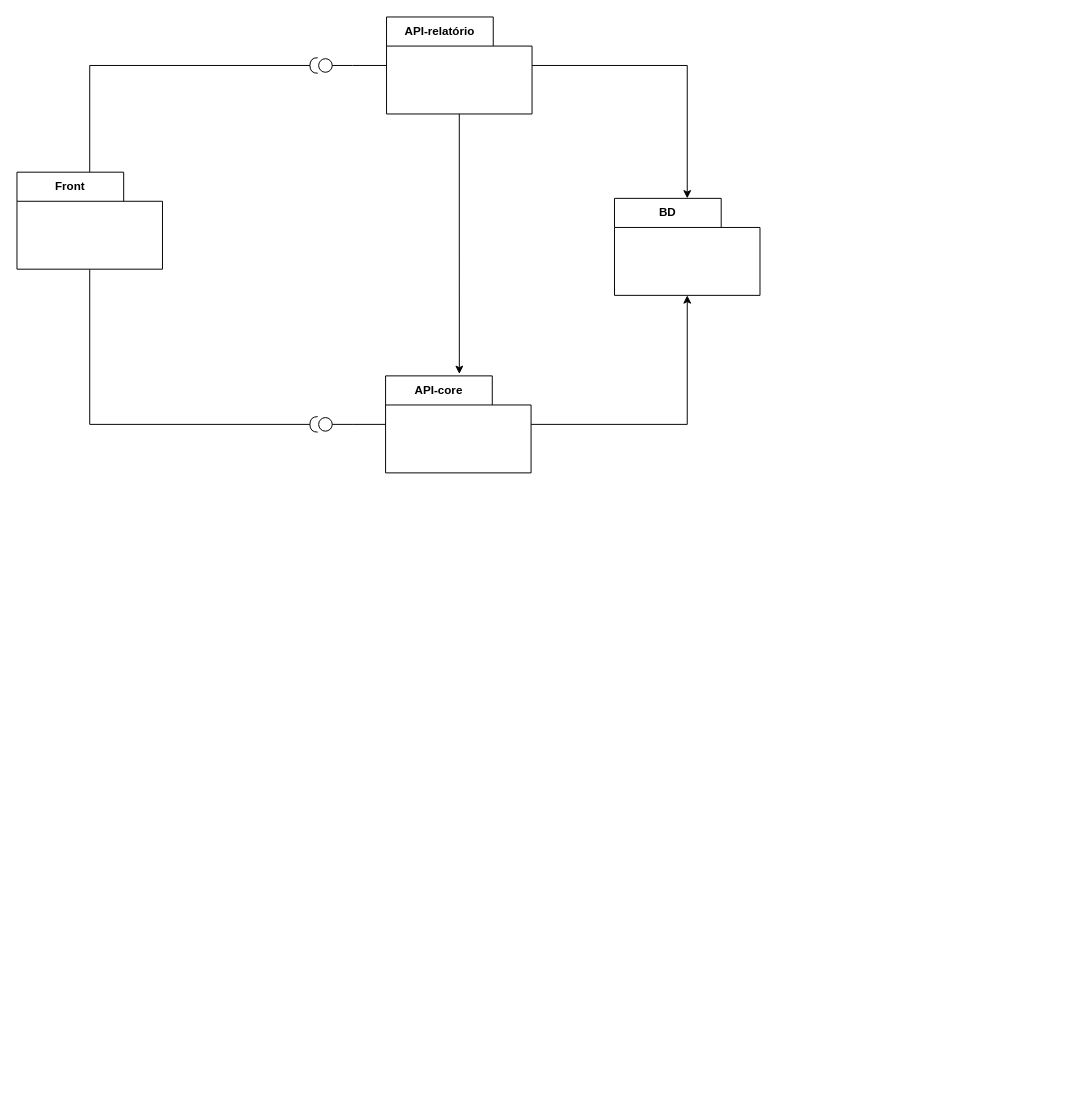
Above: Diagrama sem nome.drawio in jerffesongd/ponto-eletronico (draw.io), before the change. Source tidied: cells renumbered, new cells numbered last; positions are measured from the earlier drawing's top-left corner, leaving out a move shared by most shapes. Both pictures are drawn from the tidied source at 97%, with x=0, y=0 at pixel (16, 16).
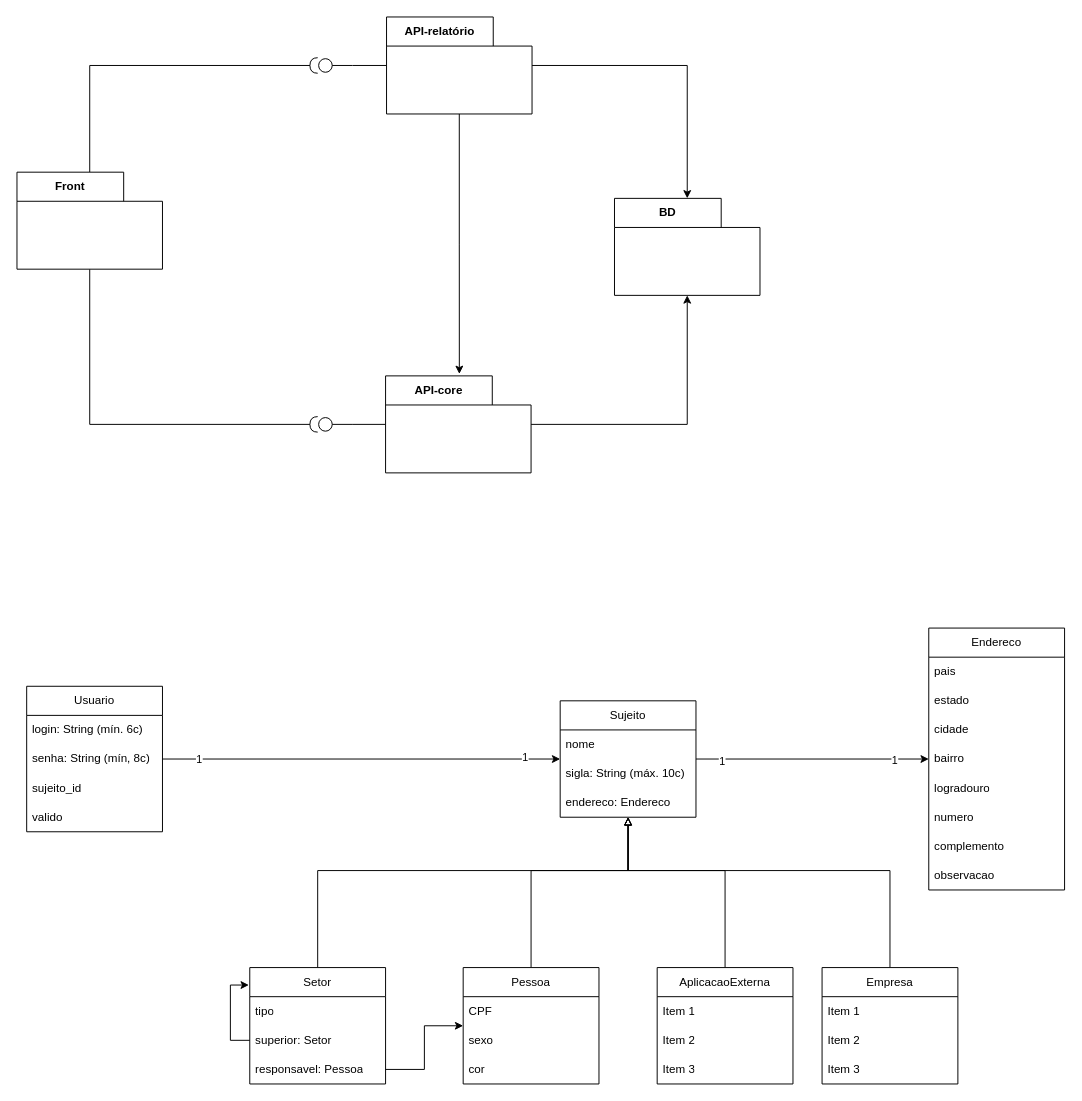
The same diagram, later.

Change to the diagram source:
```diff
@@
+    <mxCell id="17" style="edgeStyle=orthogonalEdgeStyle;rounded=0;jettySize=auto;html=1;endArrow=block;endFill=0;exitX=0.5;exitY=0;exitDx=0;exitDy=0;" parent="1" edge="1" source="18" target="37">
+      <mxGeometry relative="1" as="geometry">
+        <Array as="points">
+          <mxPoint x="530" y="880" />
+          <mxPoint x="630" y="880" />
+        </Array>
+      </mxGeometry>
+    </mxCell>
+    <mxCell id="18" value="Pessoa" style="swimlane;fontStyle=0;horizontal=1;startSize=30;whiteSpace=wrap;html=1;" parent="1" vertex="1">
+      <mxGeometry x="460" y="980" width="140" height="120" as="geometry" />
+    </mxCell>
+    <mxCell id="19" value="CPF" style="text;strokeColor=none;fillColor=none;align=left;verticalAlign=middle;spacingLeft=4;spacingRight=4;overflow=hidden;whiteSpace=wrap;html=1;" parent="18" vertex="1">
+      <mxGeometry y="30" width="140" height="30" as="geometry" />
+    </mxCell>
+    <mxCell id="20" value="sexo" style="text;strokeColor=none;fillColor=none;align=left;verticalAlign=middle;spacingLeft=4;spacingRight=4;overflow=hidden;whiteSpace=wrap;html=1;" parent="18" vertex="1">
+      <mxGeometry y="60" width="140" height="30" as="geometry" />
+    </mxCell>
+    <mxCell id="21" value="cor" style="text;strokeColor=none;fillColor=none;align=left;verticalAlign=middle;spacingLeft=4;spacingRight=4;overflow=hidden;whiteSpace=wrap;html=1;" parent="18" vertex="1">
+      <mxGeometry y="90" width="140" height="30" as="geometry" />
+    </mxCell>
+    <mxCell id="22" style="edgeStyle=orthogonalEdgeStyle;rounded=0;jettySize=auto;html=1;endArrow=block;endFill=0;exitX=0.5;exitY=0;exitDx=0;exitDy=0;" parent="1" edge="1" source="24" target="37">
+      <mxGeometry relative="1" as="geometry">
+        <Array as="points">
+          <mxPoint x="310" y="880" />
+          <mxPoint x="630" y="880" />
+        </Array>
+      </mxGeometry>
+    </mxCell>
+    <mxCell id="23" style="edgeStyle=orthogonalEdgeStyle;rounded=0;jettySize=auto;html=1;" parent="1" edge="1" source="28" target="18">
+      <mxGeometry relative="1" as="geometry" />
+    </mxCell>
+    <mxCell id="24" value="Setor" style="swimlane;fontStyle=0;horizontal=1;startSize=30;whiteSpace=wrap;html=1;" parent="1" vertex="1">
+      <mxGeometry x="240" y="980" width="140" height="120" as="geometry" />
+    </mxCell>
+    <mxCell id="25" value="tipo" style="text;strokeColor=none;fillColor=none;align=left;verticalAlign=middle;spacingLeft=4;spacingRight=4;overflow=hidden;whiteSpace=wrap;html=1;" parent="24" vertex="1">
+      <mxGeometry y="30" width="140" height="30" as="geometry" />
+    </mxCell>
+    <mxCell id="26" style="edgeStyle=orthogonalEdgeStyle;rounded=0;jettySize=auto;html=1;entryX=-0.007;entryY=0.15;entryDx=0;entryDy=0;entryPerimeter=0;" parent="24" edge="1" source="27" target="24">
+      <mxGeometry relative="1" as="geometry" />
+    </mxCell>
+    <mxCell id="27" value="superior: Setor" style="text;strokeColor=none;fillColor=none;align=left;verticalAlign=middle;spacingLeft=4;spacingRight=4;overflow=hidden;points=[[0,0.5],[1,0.5]];portConstraint=eastwest;whiteSpace=wrap;html=1;" parent="24" vertex="1">
+      <mxGeometry y="60" width="140" height="30" as="geometry" />
+    </mxCell>
+    <mxCell id="28" value="responsavel: Pessoa" style="text;strokeColor=none;fillColor=none;align=left;verticalAlign=middle;spacingLeft=4;spacingRight=4;overflow=hidden;points=[[0,0.5],[1,0.5]];portConstraint=eastwest;whiteSpace=wrap;html=1;" parent="24" vertex="1">
+      <mxGeometry y="90" width="140" height="30" as="geometry" />
+    </mxCell>
+    <mxCell id="29" style="edgeStyle=orthogonalEdgeStyle;rounded=0;jettySize=auto;html=1;endArrow=block;endFill=0;exitX=0.5;exitY=0;exitDx=0;exitDy=0;" parent="1" edge="1" source="30" target="37">
+      <mxGeometry relative="1" as="geometry">
+        <Array as="points">
+          <mxPoint x="730" y="880" />
+          <mxPoint x="630" y="880" />
+        </Array>
+      </mxGeometry>
+    </mxCell>
+    <mxCell id="30" value="Aplicacao&lt;span style=&quot;background-color: initial;&quot;&gt;Externa&lt;/span&gt;" style="swimlane;fontStyle=0;horizontal=1;startSize=30;whiteSpace=wrap;html=1;" parent="1" vertex="1">
+      <mxGeometry x="660" y="980" width="140" height="120" as="geometry" />
+    </mxCell>
+    <mxCell id="31" value="Item 1" style="text;strokeColor=none;fillColor=none;align=left;verticalAlign=middle;spacingLeft=4;spacingRight=4;overflow=hidden;whiteSpace=wrap;html=1;" parent="30" vertex="1">
+      <mxGeometry y="30" width="140" height="30" as="geometry" />
+    </mxCell>
+    <mxCell id="32" value="Item 2" style="text;strokeColor=none;fillColor=none;align=left;verticalAlign=middle;spacingLeft=4;spacingRight=4;overflow=hidden;whiteSpace=wrap;html=1;" parent="30" vertex="1">
+      <mxGeometry y="60" width="140" height="30" as="geometry" />
+    </mxCell>
+    <mxCell id="33" value="Item 3" style="text;strokeColor=none;fillColor=none;align=left;verticalAlign=middle;spacingLeft=4;spacingRight=4;overflow=hidden;whiteSpace=wrap;html=1;" parent="30" vertex="1">
+      <mxGeometry y="90" width="140" height="30" as="geometry" />
+    </mxCell>
+    <mxCell id="34" style="edgeStyle=orthogonalEdgeStyle;rounded=0;jettySize=auto;html=1;" parent="1" edge="1" source="37" target="54">
+      <mxGeometry relative="1" as="geometry" />
+    </mxCell>
+    <mxCell id="35" value="1" style="edgeLabel;html=1;align=center;verticalAlign=middle;" parent="34" vertex="1">
+      <mxGeometry x="-0.78" y="-2" relative="1" as="geometry" />
+    </mxCell>
+    <mxCell id="36" value="1" style="edgeLabel;html=1;align=center;verticalAlign=middle;" parent="34" vertex="1">
+      <mxGeometry x="0.7" y="-1" relative="1" as="geometry" />
+    </mxCell>
+    <mxCell id="37" value="Sujeito" style="swimlane;fontStyle=0;horizontal=1;startSize=30;whiteSpace=wrap;html=1;" parent="1" vertex="1">
+      <mxGeometry x="560" y="705" width="140" height="120" as="geometry" />
+    </mxCell>
+    <mxCell id="38" value="nome" style="text;strokeColor=none;fillColor=none;align=left;verticalAlign=middle;spacingLeft=4;spacingRight=4;overflow=hidden;whiteSpace=wrap;html=1;" parent="37" vertex="1">
+      <mxGeometry y="30" width="140" height="30" as="geometry" />
+    </mxCell>
+    <mxCell id="39" value="sigla: String&amp;nbsp;(máx. 10c)" style="text;strokeColor=none;fillColor=none;align=left;verticalAlign=middle;spacingLeft=4;spacingRight=4;overflow=hidden;whiteSpace=wrap;html=1;" parent="37" vertex="1">
+      <mxGeometry y="60" width="140" height="30" as="geometry" />
+    </mxCell>
+    <mxCell id="40" value="endereco: Endereco" style="text;strokeColor=none;fillColor=none;align=left;verticalAlign=middle;spacingLeft=4;spacingRight=4;overflow=hidden;whiteSpace=wrap;html=1;" parent="37" vertex="1">
+      <mxGeometry y="90" width="140" height="30" as="geometry" />
+    </mxCell>
+    <mxCell id="41" value="Usuario" style="swimlane;fontStyle=0;horizontal=1;startSize=30;whiteSpace=wrap;html=1;" parent="1" vertex="1">
+      <mxGeometry x="10" y="690" width="140" height="150" as="geometry" />
+    </mxCell>
+    <mxCell id="42" value="login: String (mín. 6c)" style="text;strokeColor=none;fillColor=none;align=left;verticalAlign=middle;spacingLeft=4;spacingRight=4;overflow=hidden;whiteSpace=wrap;html=1;" parent="41" vertex="1">
+      <mxGeometry y="30" width="140" height="30" as="geometry" />
+    </mxCell>
+    <mxCell id="43" value="senha: String (mín, 8c)" style="text;strokeColor=none;fillColor=none;align=left;verticalAlign=middle;spacingLeft=4;spacingRight=4;overflow=hidden;points=[[0,0.5],[1,0.5]];portConstraint=eastwest;whiteSpace=wrap;html=1;" parent="41" vertex="1">
+      <mxGeometry y="60" width="140" height="30" as="geometry" />
+    </mxCell>
+    <mxCell id="44" value="sujeito_id" style="text;strokeColor=none;fillColor=none;align=left;verticalAlign=middle;spacingLeft=4;spacingRight=4;overflow=hidden;whiteSpace=wrap;html=1;" parent="41" vertex="1">
+      <mxGeometry y="90" width="140" height="30" as="geometry" />
+    </mxCell>
+    <mxCell id="45" value="valido" style="text;strokeColor=none;fillColor=none;align=left;verticalAlign=middle;spacingLeft=4;spacingRight=4;overflow=hidden;whiteSpace=wrap;html=1;" parent="41" vertex="1">
+      <mxGeometry y="120" width="140" height="30" as="geometry" />
+    </mxCell>
+    <mxCell id="46" style="edgeStyle=orthogonalEdgeStyle;rounded=0;jettySize=auto;html=1;entryX=0;entryY=0.5;entryDx=0;entryDy=0;" parent="1" edge="1" source="43" target="37">
+      <mxGeometry relative="1" as="geometry" />
+    </mxCell>
+    <mxCell id="47" value="1" style="edgeLabel;html=1;align=center;verticalAlign=middle;" parent="46" vertex="1">
+      <mxGeometry x="-0.82" relative="1" as="geometry" />
+    </mxCell>
+    <mxCell id="48" value="1" style="edgeLabel;html=1;align=center;verticalAlign=middle;" parent="46" vertex="1">
+      <mxGeometry x="0.82" y="2" relative="1" as="geometry" />
+    </mxCell>
+    <mxCell id="49" style="edgeStyle=orthogonalEdgeStyle;rounded=0;jettySize=auto;html=1;endArrow=block;endFill=0;" parent="1" edge="1" source="50" target="37">
+      <mxGeometry relative="1" as="geometry">
+        <Array as="points">
+          <mxPoint x="900" y="880" />
+          <mxPoint x="630" y="880" />
+        </Array>
+      </mxGeometry>
+    </mxCell>
+    <mxCell id="50" value="Empresa" style="swimlane;fontStyle=0;horizontal=1;startSize=30;whiteSpace=wrap;html=1;" parent="1" vertex="1">
+      <mxGeometry x="830" y="980" width="140" height="120" as="geometry" />
+    </mxCell>
+    <mxCell id="51" value="Item 1" style="text;strokeColor=none;fillColor=none;align=left;verticalAlign=middle;spacingLeft=4;spacingRight=4;overflow=hidden;whiteSpace=wrap;html=1;" parent="50" vertex="1">
+      <mxGeometry y="30" width="140" height="30" as="geometry" />
+    </mxCell>
+    <mxCell id="52" value="Item 2" style="text;strokeColor=none;fillColor=none;align=left;verticalAlign=middle;spacingLeft=4;spacingRight=4;overflow=hidden;whiteSpace=wrap;html=1;" parent="50" vertex="1">
+      <mxGeometry y="60" width="140" height="30" as="geometry" />
+    </mxCell>
+    <mxCell id="53" value="Item 3" style="text;strokeColor=none;fillColor=none;align=left;verticalAlign=middle;spacingLeft=4;spacingRight=4;overflow=hidden;whiteSpace=wrap;html=1;" parent="50" vertex="1">
+      <mxGeometry y="90" width="140" height="30" as="geometry" />
+    </mxCell>
+    <mxCell id="54" value="Endereco" style="swimlane;fontStyle=0;horizontal=1;startSize=30;whiteSpace=wrap;html=1;" parent="1" vertex="1">
+      <mxGeometry x="940" y="630" width="140" height="270" as="geometry" />
+    </mxCell>
+    <mxCell id="55" value="pais" style="text;strokeColor=none;fillColor=none;align=left;verticalAlign=middle;spacingLeft=4;spacingRight=4;overflow=hidden;whiteSpace=wrap;html=1;" parent="54" vertex="1">
+      <mxGeometry y="30" width="140" height="30" as="geometry" />
+    </mxCell>
+    <mxCell id="56" value="estado" style="text;strokeColor=none;fillColor=none;align=left;verticalAlign=middle;spacingLeft=4;spacingRight=4;overflow=hidden;whiteSpace=wrap;html=1;" parent="54" vertex="1">
+      <mxGeometry y="60" width="140" height="30" as="geometry" />
+    </mxCell>
+    <mxCell id="57" value="cidade" style="text;strokeColor=none;fillColor=none;align=left;verticalAlign=middle;spacingLeft=4;spacingRight=4;overflow=hidden;whiteSpace=wrap;html=1;" parent="54" vertex="1">
+      <mxGeometry y="90" width="140" height="30" as="geometry" />
+    </mxCell>
+    <mxCell id="58" value="bairro" style="text;strokeColor=none;fillColor=none;align=left;verticalAlign=middle;spacingLeft=4;spacingRight=4;overflow=hidden;whiteSpace=wrap;html=1;" parent="54" vertex="1">
+      <mxGeometry y="120" width="140" height="30" as="geometry" />
+    </mxCell>
+    <mxCell id="59" value="logradouro" style="text;strokeColor=none;fillColor=none;align=left;verticalAlign=middle;spacingLeft=4;spacingRight=4;overflow=hidden;whiteSpace=wrap;html=1;" parent="54" vertex="1">
+      <mxGeometry y="150" width="140" height="30" as="geometry" />
+    </mxCell>
+    <mxCell id="60" value="numero" style="text;strokeColor=none;fillColor=none;align=left;verticalAlign=middle;spacingLeft=4;spacingRight=4;overflow=hidden;whiteSpace=wrap;html=1;" parent="54" vertex="1">
+      <mxGeometry y="180" width="140" height="30" as="geometry" />
+    </mxCell>
+    <mxCell id="61" value="complemento" style="text;strokeColor=none;fillColor=none;align=left;verticalAlign=middle;spacingLeft=4;spacingRight=4;overflow=hidden;whiteSpace=wrap;html=1;" parent="54" vertex="1">
+      <mxGeometry y="210" width="140" height="30" as="geometry" />
+    </mxCell>
+    <mxCell id="62" value="observacao" style="text;strokeColor=none;fillColor=none;align=left;verticalAlign=middle;spacingLeft=4;spacingRight=4;overflow=hidden;whiteSpace=wrap;html=1;" parent="54" vertex="1">
+      <mxGeometry y="240" width="140" height="30" as="geometry" />
+    </mxCell>
```
